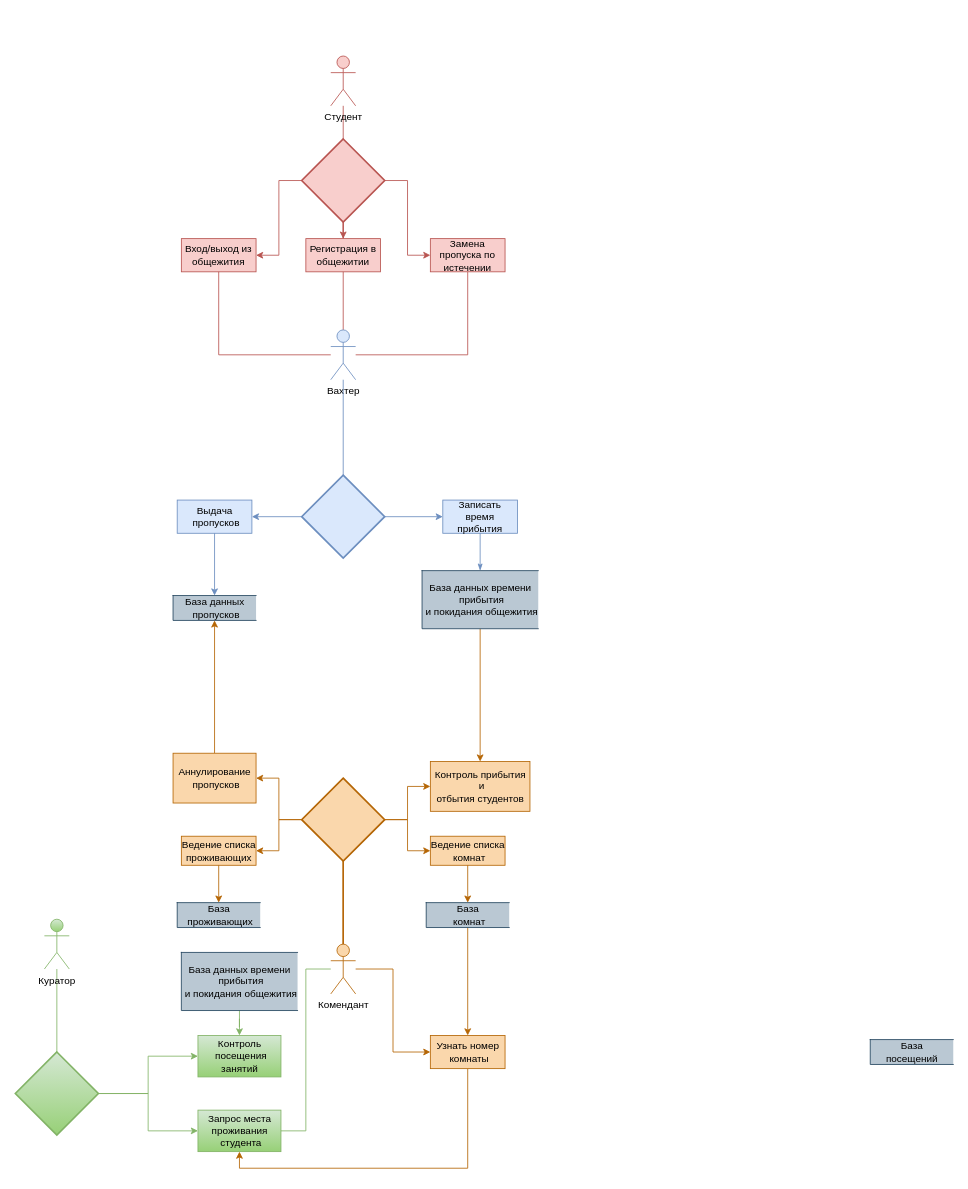
Earlier version of the draw.io diagram DFD (2).drawio (jsfrau/Zamay). Source tidied: cells renumbered, new cells numbered last; positions are measured from the earlier drawing's top-left corner, leaving out a move shared by most shapes. Both pictures are drawn from the tidied source at 83%, with x=0, y=0 at pixel (15, 56).
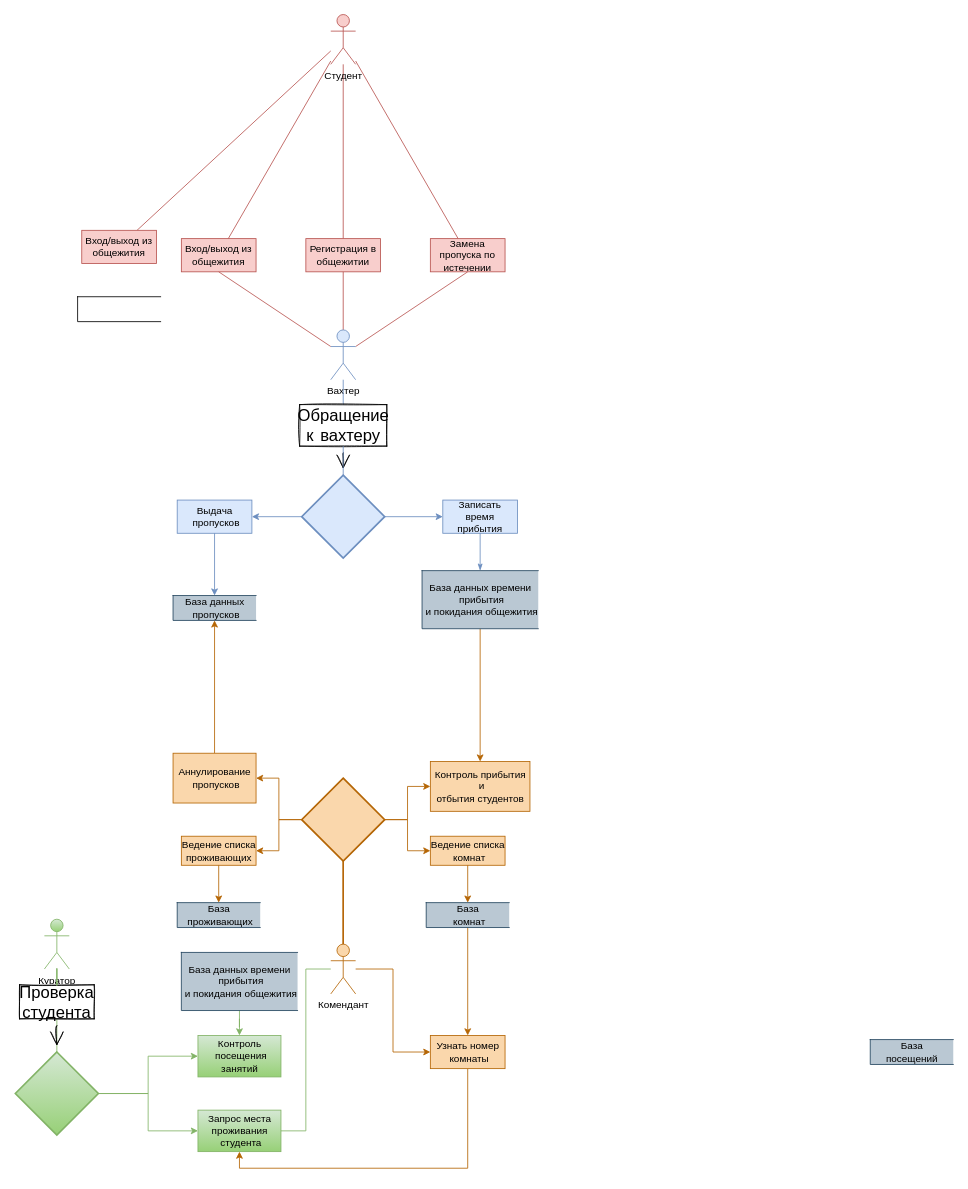
After the change.

Unchanged cells that the change refers to:
```xml
<mxCell id="5" value="&lt;span&gt;Вход/выход из общежития&lt;/span&gt;" style="rounded=0;whiteSpace=wrap;html=1;fillColor=#f8cecc;strokeColor=#b85450;" parent="1" vertex="1">
  <mxGeometry x="200" y="220" width="90" height="40" as="geometry" />
</mxCell>
<mxCell id="7" value="&lt;span&gt;Регистрация в общежитии&lt;/span&gt;" style="rounded=0;whiteSpace=wrap;html=1;fillColor=#f8cecc;strokeColor=#b85450;" parent="1" vertex="1">
  <mxGeometry x="350" y="220" width="90" height="40" as="geometry" />
</mxCell>
<mxCell id="9" value="&lt;span&gt;Замена пропуска по истечении&lt;/span&gt;" style="rounded=0;whiteSpace=wrap;html=1;fillColor=#f8cecc;strokeColor=#b85450;" parent="1" vertex="1">
  <mxGeometry x="500" y="220" width="90" height="40" as="geometry" />
</mxCell>
<mxCell id="13" value="Вахтер" style="shape=umlActor;verticalLabelPosition=bottom;verticalAlign=top;html=1;outlineConnect=0;fillColor=#dae8fc;strokeColor=#6c8ebf;" parent="1" vertex="1">
  <mxGeometry x="380" y="330" width="30" height="60" as="geometry" />
</mxCell>
<mxCell id="47" value="Куратор" style="shape=umlActor;verticalLabelPosition=bottom;verticalAlign=top;html=1;outlineConnect=0;labelBackgroundColor=none;fillColor=#d5e8d4;gradientColor=#97d077;strokeColor=#82b366;" parent="1" vertex="1">
  <mxGeometry x="35" y="1040" width="30" height="60" as="geometry" />
</mxCell>
<mxCell id="52" style="strokeWidth=2;html=1;shape=mxgraph.flowchart.decision;whiteSpace=wrap;fillColor=#dae8fc;strokeColor=#6c8ebf;" parent="1" vertex="1">
  <mxGeometry x="345" y="505" width="100" height="100" as="geometry" />
</mxCell>
<mxCell id="55" style="strokeWidth=2;html=1;shape=mxgraph.flowchart.decision;whiteSpace=wrap;fillColor=#d5e8d4;gradientColor=#97d077;strokeColor=#82b366;" parent="1" vertex="1">
  <mxGeometry y="1200" width="100" height="100" as="geometry" />
</mxCell>
```

Change to the diagram source:
```diff
@@
-    <mxCell id="2" style="edgeStyle=orthogonalEdgeStyle;rounded=0;jettySize=auto;html=1;entryX=0.5;entryY=0;entryDx=0;entryDy=0;entryPerimeter=0;startArrow=none;startFill=0;endArrow=none;endFill=0;fillColor=#f8cecc;strokeColor=#b85450;" parent="1" edge="1" source="3" target="56">
+    <mxCell id="2" style="rounded=0;jettySize=auto;html=1;startArrow=none;startFill=0;endArrow=none;endFill=0;fillColor=#f8cecc;strokeColor=#b85450;" parent="1" edge="1" source="3" target="5">
       <mxGeometry relative="1" as="geometry" />
     </mxCell>
+    <mxCell id="60" style="edgeStyle=none;rounded=0;jettySize=auto;html=1;endArrow=none;endFill=0;fillColor=#f8cecc;strokeColor=#b85450;" parent="1" edge="1" source="3" target="7">
+      <mxGeometry relative="1" as="geometry" />
+    </mxCell>
+    <mxCell id="61" style="edgeStyle=none;rounded=0;jettySize=auto;html=1;endArrow=none;endFill=0;fillColor=#f8cecc;strokeColor=#b85450;" parent="1" edge="1" source="3" target="9">
+      <mxGeometry relative="1" as="geometry" />
+    </mxCell>
+    <mxCell id="62" style="edgeStyle=none;rounded=0;jettySize=auto;html=1;endArrow=none;endFill=0;fillColor=#f8cecc;strokeColor=#b85450;" parent="1" edge="1" source="3" target="69">
+      <mxGeometry relative="1" as="geometry" />
+    </mxCell>
     <mxCell id="3" value="Студент&lt;br&gt;" style="shape=umlActor;verticalLabelPosition=bottom;verticalAlign=top;html=1;outlineConnect=0;fillColor=#f8cecc;strokeColor=#b85450;" parent="1" vertex="1">
-      <mxGeometry x="380" width="30" height="60" as="geometry" />
+      <mxGeometry x="380" y="-50" width="30" height="60" as="geometry" />
     </mxCell>
-    <mxCell id="4" style="edgeStyle=orthogonalEdgeStyle;rounded=0;jettySize=auto;html=1;entryX=0;entryY=0.5;entryDx=0;entryDy=0;entryPerimeter=0;startArrow=classic;startFill=1;endArrow=none;endFill=0;fillColor=#f8cecc;strokeColor=#b85450;" parent="1" edge="1" source="5" target="56">
-      <mxGeometry relative="1" as="geometry" />
-    </mxCell>
@@
-    <mxCell id="6" style="edgeStyle=orthogonalEdgeStyle;rounded=0;jettySize=auto;html=1;entryX=0.5;entryY=1;entryDx=0;entryDy=0;entryPerimeter=0;startArrow=classic;startFill=1;endArrow=none;endFill=0;fillColor=#f8cecc;strokeColor=#b85450;" parent="1" edge="1" source="7" target="56">
-      <mxGeometry relative="1" as="geometry" />
-    </mxCell>
@@
-    <mxCell id="8" style="edgeStyle=orthogonalEdgeStyle;rounded=0;jettySize=auto;html=1;entryX=1;entryY=0.5;entryDx=0;entryDy=0;entryPerimeter=0;startArrow=classic;startFill=1;endArrow=none;endFill=0;fillColor=#f8cecc;strokeColor=#b85450;" parent="1" edge="1" source="9" target="56">
-      <mxGeometry relative="1" as="geometry" />
-    </mxCell>
@@
-    <mxCell id="10" style="edgeStyle=orthogonalEdgeStyle;rounded=0;jettySize=auto;html=1;entryX=0.5;entryY=1;entryDx=0;entryDy=0;startArrow=none;startFill=0;endArrow=none;endFill=0;fillColor=#f8cecc;strokeColor=#b85450;" parent="1" edge="1" source="13" target="9">
+    <mxCell id="10" style="rounded=0;jettySize=auto;html=1;entryX=0.5;entryY=1;entryDx=0;entryDy=0;startArrow=none;startFill=0;endArrow=none;endFill=0;fillColor=#f8cecc;strokeColor=#b85450;" parent="1" edge="1" source="13" target="9">
       <mxGeometry relative="1" as="geometry" />
     </mxCell>
-    <mxCell id="11" style="edgeStyle=orthogonalEdgeStyle;rounded=0;jettySize=auto;html=1;entryX=0.5;entryY=1;entryDx=0;entryDy=0;startArrow=none;startFill=0;endArrow=none;endFill=0;fillColor=#f8cecc;strokeColor=#b85450;" parent="1" edge="1" source="13" target="7">
+    <mxCell id="11" style="rounded=0;jettySize=auto;html=1;entryX=0.5;entryY=1;entryDx=0;entryDy=0;startArrow=none;startFill=0;endArrow=none;endFill=0;fillColor=#f8cecc;strokeColor=#b85450;" parent="1" edge="1" source="13" target="7">
       <mxGeometry relative="1" as="geometry" />
     </mxCell>
-    <mxCell id="12" style="edgeStyle=orthogonalEdgeStyle;rounded=0;jettySize=auto;html=1;entryX=0.5;entryY=1;entryDx=0;entryDy=0;startArrow=none;startFill=0;endArrow=none;endFill=0;fillColor=#f8cecc;strokeColor=#b85450;" parent="1" edge="1" source="13" target="5">
+    <mxCell id="12" style="rounded=0;jettySize=auto;html=1;entryX=0.5;entryY=1;entryDx=0;entryDy=0;startArrow=none;startFill=0;endArrow=none;endFill=0;fillColor=#f8cecc;strokeColor=#b85450;" parent="1" edge="1" source="13" target="5">
       <mxGeometry relative="1" as="geometry" />
     </mxCell>
@@
-    <mxCell id="46" style="edgeStyle=orthogonalEdgeStyle;rounded=0;jettySize=auto;html=1;entryX=0.5;entryY=0;entryDx=0;entryDy=0;entryPerimeter=0;startArrow=none;startFill=0;endArrow=none;endFill=0;fillColor=#d5e8d4;gradientColor=#97d077;strokeColor=#82b366;" parent="1" edge="1" source="47" target="55">
+    <mxCell id="46" style="edgeStyle=orthogonalEdgeStyle;rounded=0;jettySize=auto;html=1;entryX=0.5;entryY=0;entryDx=0;entryDy=0;entryPerimeter=0;startArrow=none;startFill=0;endArrow=none;endFill=0;fillColor=#d5e8d4;gradientColor=#97d077;strokeColor=#82b366;" parent="1" edge="1" source="64" target="55">
       <mxGeometry relative="1" as="geometry" />
     </mxCell>
@@
-    <mxCell id="53" style="endArrow=none;html=1;rounded=0;edgeStyle=orthogonalEdgeStyle;fillColor=#dae8fc;strokeColor=#6c8ebf;" parent="1" edge="1" source="52" target="13">
+    <mxCell id="53" style="endArrow=none;html=1;rounded=0;edgeStyle=orthogonalEdgeStyle;fillColor=#dae8fc;strokeColor=#6c8ebf;startArrow=none;" parent="1" edge="1" source="67" target="13">
       <mxGeometry relative="1" as="geometry" />
     </mxCell>
@@
-    <mxCell id="56" style="strokeWidth=2;html=1;shape=mxgraph.flowchart.decision;whiteSpace=wrap;fillColor=#f8cecc;strokeColor=#b85450;" parent="1" vertex="1">
-      <mxGeometry x="345" y="100" width="100" height="100" as="geometry" />
-    </mxCell>
@@
+    <mxCell id="63" style="edgeStyle=none;curved=1;rounded=0;sketch=1;hachureGap=4;jettySize=auto;html=1;fontFamily=Architects Daughter;fontSize=16;endArrow=open;startSize=14;endSize=14;sourcePerimeterSpacing=8;targetPerimeterSpacing=8;" parent="1" edge="1" source="64" target="55">
+      <mxGeometry relative="1" as="geometry" />
+    </mxCell>
+    <mxCell id="64" value="Проверка студента" style="rounded=0;whiteSpace=wrap;html=1;sketch=1;hachureGap=4;fontFamily=Architects Daughter;fontSize=20;" parent="1" vertex="1">
+      <mxGeometry x="5" y="1119" width="90" height="41" as="geometry" />
+    </mxCell>
+    <mxCell id="65" style="edgeStyle=orthogonalEdgeStyle;rounded=0;jettySize=auto;html=1;entryX=0.5;entryY=0;entryDx=0;entryDy=0;entryPerimeter=0;startArrow=none;startFill=0;endArrow=none;endFill=0;fillColor=#d5e8d4;gradientColor=#97d077;strokeColor=#82b366;" parent="1" edge="1" source="47" target="64">
+      <mxGeometry relative="1" as="geometry" />
+    </mxCell>
+    <mxCell id="66" style="edgeStyle=none;curved=1;rounded=0;sketch=1;hachureGap=4;jettySize=auto;html=1;fontFamily=Architects Daughter;fontSize=16;endArrow=open;startSize=14;endSize=14;sourcePerimeterSpacing=8;targetPerimeterSpacing=8;" parent="1" edge="1" source="67" target="52">
+      <mxGeometry relative="1" as="geometry" />
+    </mxCell>
+    <mxCell id="67" value="Обращение к вахтеру" style="rounded=0;whiteSpace=wrap;html=1;sketch=1;hachureGap=4;fontFamily=Architects Daughter;fontSize=20;" parent="1" vertex="1">
+      <mxGeometry x="342.5" y="420" width="105" height="50" as="geometry" />
+    </mxCell>
+    <mxCell id="68" style="endArrow=none;html=1;rounded=0;edgeStyle=orthogonalEdgeStyle;fillColor=#dae8fc;strokeColor=#6c8ebf;" parent="1" edge="1" source="52" target="67">
+      <mxGeometry relative="1" as="geometry" />
+    </mxCell>
+    <mxCell id="69" value="&lt;span&gt;Вход/выход из общежития&lt;/span&gt;" style="rounded=0;whiteSpace=wrap;html=1;fillColor=#f8cecc;strokeColor=#b85450;" parent="1" vertex="1">
+      <mxGeometry x="80" y="210" width="90" height="40" as="geometry" />
+    </mxCell>
+    <mxCell id="70" style="html=1;dashed=0;whitespace=wrap;shape=partialRectangle;right=0;" parent="1" vertex="1">
+      <mxGeometry x="75" y="290" width="100" height="30" as="geometry" />
+    </mxCell>
```
